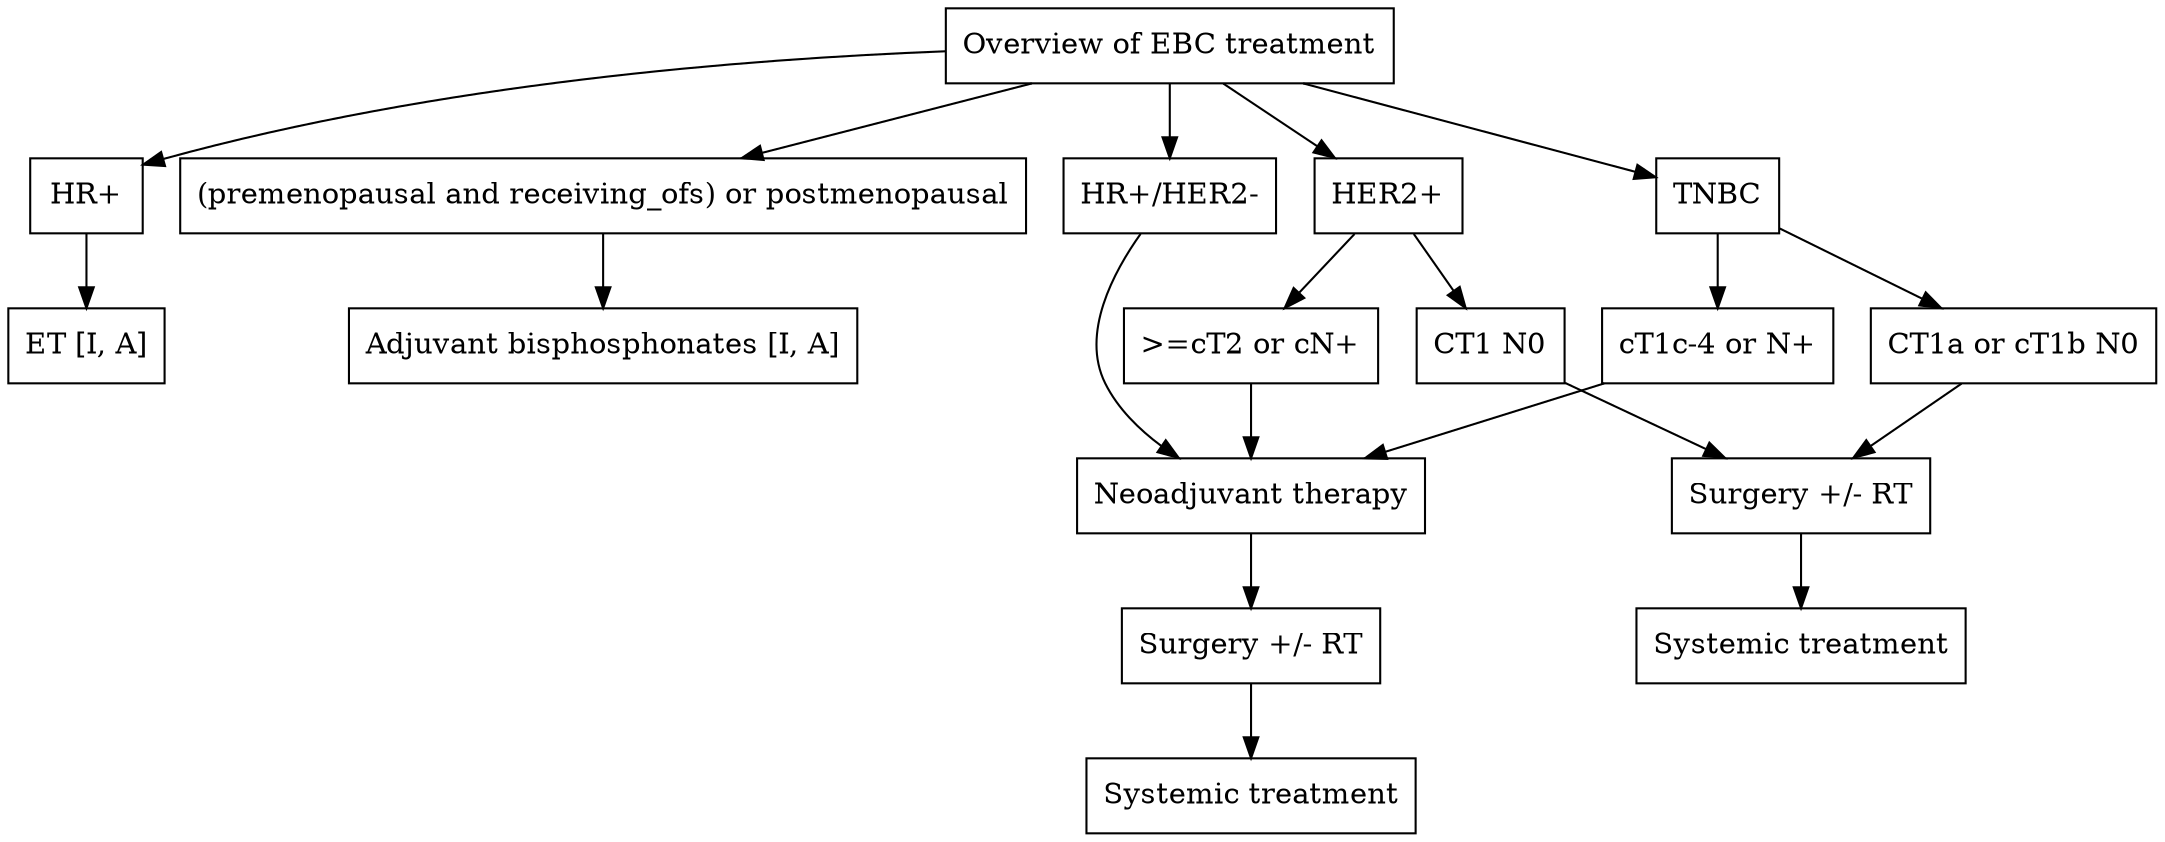
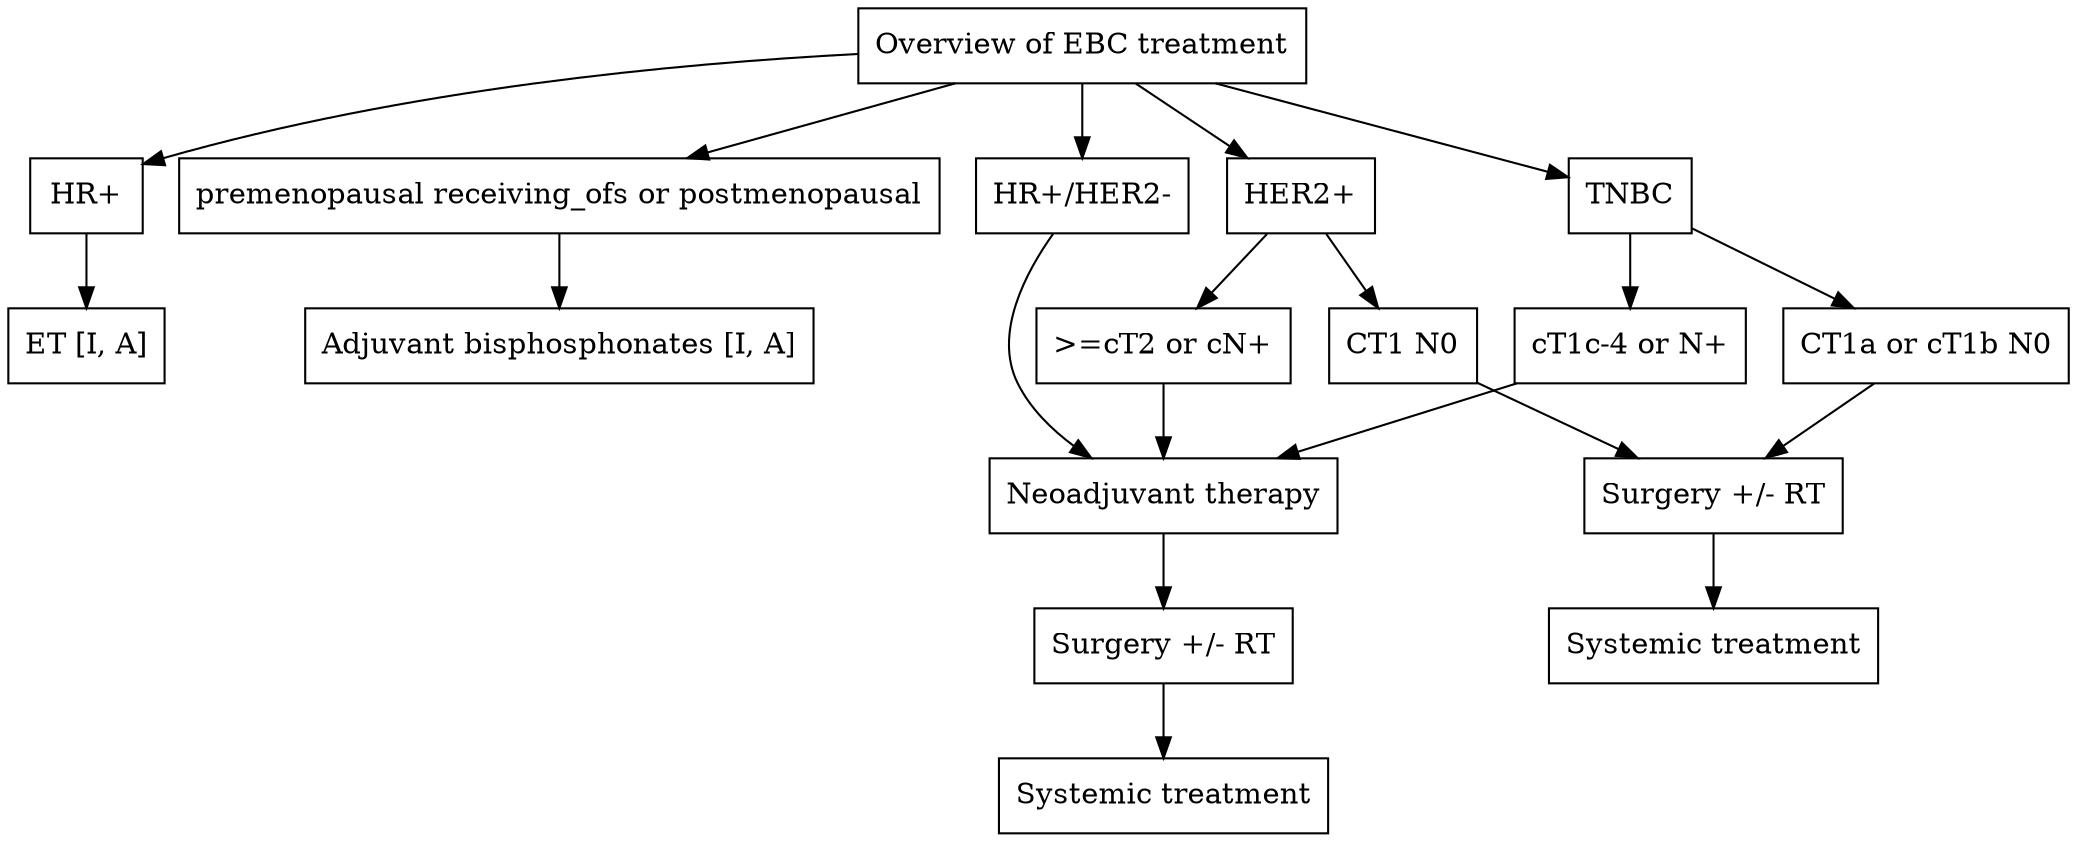
digraph G {
  rankdir=TB;

  r  [label="Overview of EBC treatment", shape=box];

  a1 [label="HR+", shape=box];
  t1 [label="ET [I, A]", shape=box];

-   a2 [label="(premenopausal and receiving_ofs) or postmenopausal", shape=box];
+   a2 [label="premenopausal receiving_ofs or postmenopausal", shape=box];
  t2 [label="Adjuvant bisphosphonates [I, A]", shape=box];

  a3 [label="HR+/HER2-", shape=box];

  t3 [label="Neoadjuvant therapy", shape=box];
  t4 [label="Surgery +/- RT", shape=box];
  t5 [label="Systemic treatment", shape=box];

  t6 [label="Surgery +/- RT", shape=box];
  t7 [label="Systemic treatment", shape=box];

  a4 [label="HER2+", shape=box];

  b1 [label="CT1 N0", shape=box];
  b2 [label=">=cT2 or cN+", shape=box];

  a5 [label="TNBC", shape=box];

  b3 [label="CT1a or cT1b N0", shape=box];
  b4 [label="cT1c-4 or N+", shape=box];

  r -> a1;
  r -> a2;
  r -> a3;
  r -> a4;
  r -> a5;

  a1 -> t1;
  a2 -> t2;

  a3 -> t3;
  t3 -> t4;
  t4 -> t5;

  a4 -> b1;
  a4 -> b2;

  b1 -> t6;
  t6 -> t7;

  b2 -> t3;

  a5 -> b3;
  a5 -> b4;

  b3 -> t6;
  b4 -> t3;
}
